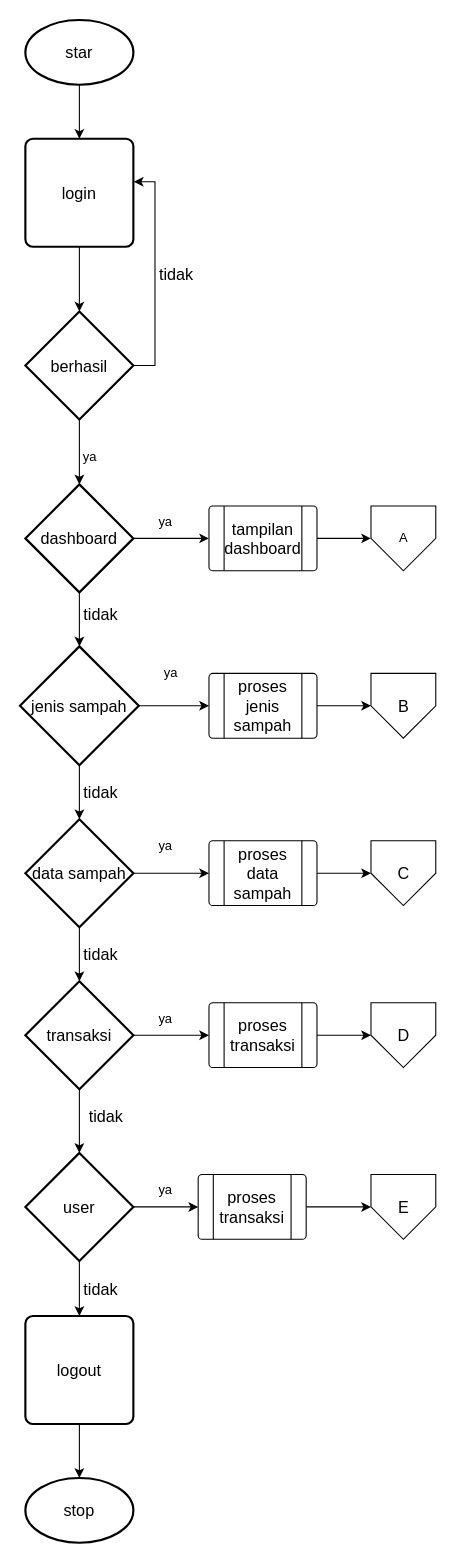
The draw.io diagram page "flowchart" (14 of 18) of Untitled Diagram.drawio in dreamergirl01/uml_bankSampah, before the edit. Source tidied: cells renumbered, new cells numbered last; positions are measured from the earlier drawing's top-left corner, leaving out a move shared by most shapes. Both pictures are drawn from the tidied source at 108%, with x=0, y=0 at pixel (19, 19).
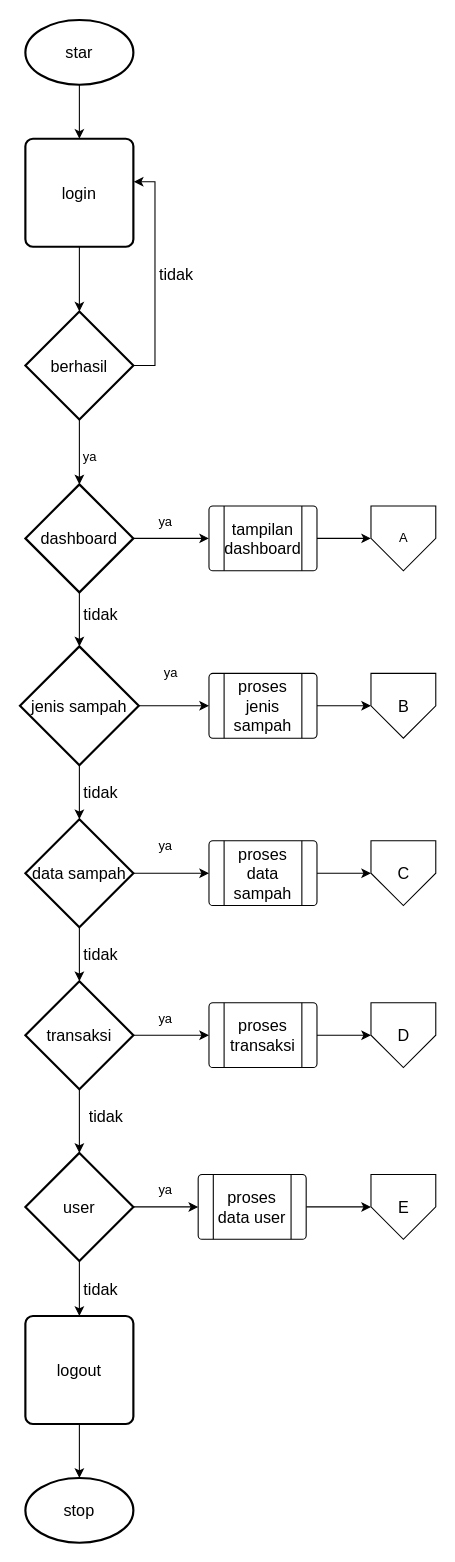
The same diagram, later.

The edit, as a diff of the source:
```diff
@@
-    <mxCell id="40" value="proses transaksi" style="verticalLabelPosition=middle;verticalAlign=middle;html=1;shape=process;whiteSpace=wrap;rounded=1;size=0.14;arcSize=6;fontSize=15;labelPosition=center;align=center;" parent="1" vertex="1">
+    <mxCell id="40" value="proses data user" style="verticalLabelPosition=middle;verticalAlign=middle;html=1;shape=process;whiteSpace=wrap;rounded=1;size=0.14;arcSize=6;fontSize=15;labelPosition=center;align=center;" parent="1" vertex="1">
       <mxGeometry x="165" y="1069" width="100" height="60" as="geometry" />
     </mxCell>
```
